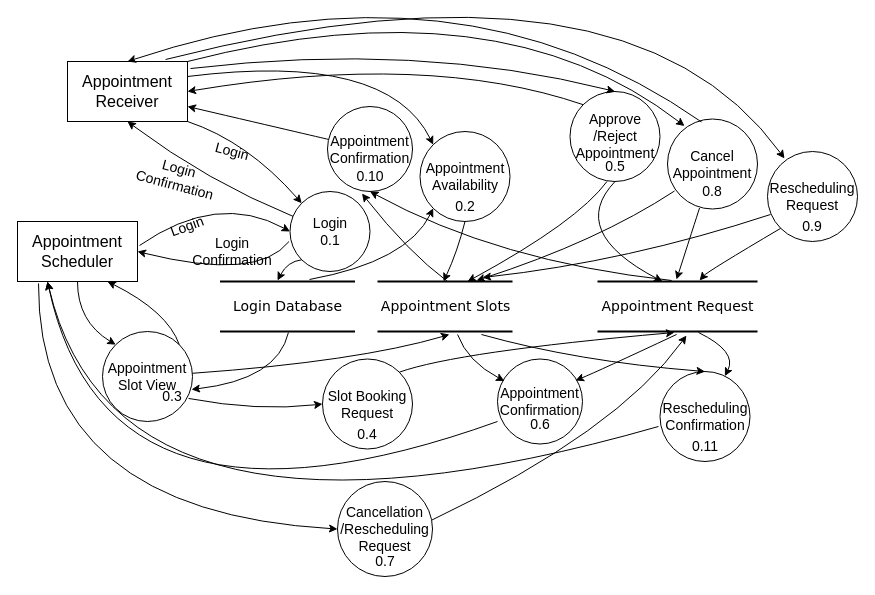
The draw.io diagram DataFlow Diagram (Level-1).drawio in Yash7200/CP-1, before the edit. Source tidied: cells renumbered, new cells numbered last; positions are measured from the earlier drawing's top-left corner, leaving out a move shared by most shapes. Both pictures are drawn from the tidied source at 100%, with x=0, y=0 at pixel (17, -59).
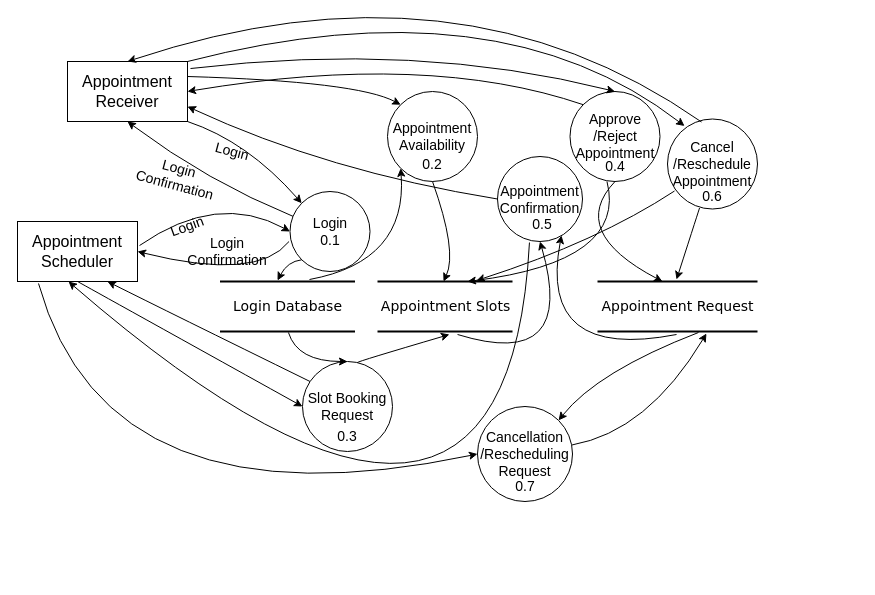
The same page after the edit.

Commit message:
Update DataFlow Diagram v1.8 (Level-1).drawio

The change refers to these unchanged cells:
```xml
<mxCell id="2" value="Appointment Scheduler" style="rounded=0;whiteSpace=wrap;html=1;fontSize=16;fillColor=none;" parent="1" vertex="1">
  <mxGeometry y="280" width="120" height="60" as="geometry" />
</mxCell>
<mxCell id="6" value="Login Database" style="html=1;rounded=0;shadow=0;comic=0;labelBackgroundColor=none;strokeWidth=2;fontFamily=Verdana;fontSize=14;align=center;shape=mxgraph.ios7ui.horLines;fillColor=none;" parent="1" vertex="1">
  <mxGeometry x="202.5" y="340" width="135" height="50" as="geometry" />
</mxCell>
<mxCell id="11" value="Appointment Receiver" style="rounded=0;whiteSpace=wrap;html=1;fontSize=16;fillColor=none;" parent="1" vertex="1">
  <mxGeometry x="50" y="120" width="120" height="60" as="geometry" />
</mxCell>
<mxCell id="14" value="Appointment Slots" style="html=1;rounded=0;shadow=0;comic=0;labelBackgroundColor=none;strokeWidth=2;fontFamily=Verdana;fontSize=14;align=center;shape=mxgraph.ios7ui.horLines;fillColor=none;" parent="1" vertex="1">
  <mxGeometry x="360" y="340" width="135" height="50" as="geometry" />
</mxCell>
<mxCell id="26" value="Appointment Request" style="html=1;rounded=0;shadow=0;comic=0;labelBackgroundColor=none;strokeWidth=2;fontFamily=Verdana;fontSize=14;align=center;shape=mxgraph.ios7ui.horLines;fillColor=none;" parent="1" vertex="1">
  <mxGeometry x="580" y="340" width="160" height="50" as="geometry" />
</mxCell>
<mxCell id="29" value="&lt;div&gt;Approve&lt;/div&gt;&lt;div&gt;/Reject&lt;br&gt;&lt;/div&gt;&lt;div&gt;Appointment&lt;/div&gt;" style="ellipse;whiteSpace=wrap;html=1;fillColor=none;fontSize=14;" parent="1" vertex="1">
  <mxGeometry x="552.5" y="150" width="90" height="90" as="geometry" />
</mxCell>
```

Diff of the diagram source:
```diff
@@
     <mxCell id="8" style="curved=1;endArrow=classic;html=1;rounded=0;fontSize=14;exitX=1;exitY=0.25;exitDx=0;exitDy=0;entryX=0;entryY=0;entryDx=0;entryDy=0;" parent="1" edge="1" source="11" target="15">
       <mxGeometry relative="1" as="geometry">
         <Array as="points">
-          <mxPoint x="370" y="110" />
+          <mxPoint x="340" y="140" />
         </Array>
       </mxGeometry>
     </mxCell>
@@
     <mxCell id="10" value="Login Confirmation" style="text;html=1;strokeColor=none;fillColor=none;align=center;verticalAlign=middle;whiteSpace=wrap;rounded=0;fontSize=14;rotation=0;" parent="1" vertex="1">
-      <mxGeometry x="175" y="295" width="80" height="30" as="geometry" />
+      <mxGeometry x="170" y="295" width="80" height="30" as="geometry" />
     </mxCell>
@@
     <mxCell id="15" value="&lt;div&gt;Appointment&lt;/div&gt;&lt;div&gt;Availability&lt;br&gt;&lt;/div&gt;" style="ellipse;whiteSpace=wrap;html=1;fillColor=none;fontSize=14;" parent="1" vertex="1">
-      <mxGeometry x="402.5" y="190" width="90" height="90" as="geometry" />
+      <mxGeometry x="370" y="150" width="90" height="90" as="geometry" />
     </mxCell>
@@
     <mxCell id="18" value="0.2" style="text;html=1;strokeColor=none;fillColor=none;align=center;verticalAlign=middle;whiteSpace=wrap;rounded=0;fontSize=14;" parent="1" vertex="1">
-      <mxGeometry x="417.5" y="250" width="60" height="30" as="geometry" />
+      <mxGeometry x="385" y="207.5" width="60" height="30" as="geometry" />
     </mxCell>
@@
-    <mxCell id="20" value="&lt;div&gt;Appointment&lt;/div&gt;&lt;div&gt;Slot View&lt;br&gt;&lt;/div&gt;" style="ellipse;whiteSpace=wrap;html=1;fillColor=none;fontSize=14;" parent="1" vertex="1">
-      <mxGeometry x="85" y="390" width="90" height="90" as="geometry" />
+    <mxCell id="20" value="&lt;div&gt;Slot Booking Request&lt;br&gt;&lt;/div&gt;" style="ellipse;whiteSpace=wrap;html=1;fillColor=none;fontSize=14;" parent="1" vertex="1">
+      <mxGeometry x="285" y="420" width="90" height="90" as="geometry" />
     </mxCell>
     <mxCell id="21" value="0.3" style="text;html=1;strokeColor=none;fillColor=none;align=center;verticalAlign=middle;whiteSpace=wrap;rounded=0;fontSize=14;" parent="1" vertex="1">
-      <mxGeometry x="125" y="440" width="60" height="30" as="geometry" />
+      <mxGeometry x="300" y="480" width="60" height="30" as="geometry" />
     </mxCell>
-    <mxCell id="22" style="curved=1;endArrow=classic;html=1;rounded=0;fontSize=14;exitX=0.5;exitY=1;exitDx=0;exitDy=0;entryX=0;entryY=0;entryDx=0;entryDy=0;" parent="1" edge="1" source="2" target="20">
-      <mxGeometry relative="1" as="geometry">
-        <Array as="points">
-          <mxPoint x="60" y="380" />
-        </Array>
-      </mxGeometry>
+    <mxCell id="22" style="curved=1;endArrow=classic;html=1;rounded=0;fontSize=14;exitX=0.5;exitY=1;exitDx=0;exitDy=0;entryX=0;entryY=0.5;entryDx=0;entryDy=0;" parent="1" edge="1" source="2" target="20">
+      <mxGeometry relative="1" as="geometry" />
     </mxCell>
@@
-    <mxCell id="24" value="&lt;div&gt;Slot Booking Request&lt;br&gt;&lt;/div&gt;" style="ellipse;whiteSpace=wrap;html=1;fillColor=none;fontSize=14;" parent="1" vertex="1">
-      <mxGeometry x="305" y="417.5" width="90" height="90" as="geometry" />
-    </mxCell>
-    <mxCell id="25" style="curved=1;endArrow=classic;html=1;rounded=0;fontSize=14;exitX=0.956;exitY=0.744;exitDx=0;exitDy=0;entryX=0;entryY=0.5;entryDx=0;entryDy=0;exitPerimeter=0;" parent="1" edge="1" source="20" target="24">
-      <mxGeometry relative="1" as="geometry">
-        <Array as="points">
-          <mxPoint x="240" y="470" />
-        </Array>
-      </mxGeometry>
-    </mxCell>
@@
-    <mxCell id="27" style="curved=1;endArrow=classic;html=1;rounded=0;fontSize=14;exitX=1;exitY=0;exitDx=0;exitDy=0;entryX=0.481;entryY=1.02;entryDx=0;entryDy=0;entryPerimeter=0;" parent="1" edge="1" source="24" target="26">
-      <mxGeometry relative="1" as="geometry">
-        <Array as="points">
-          <mxPoint x="440" y="410" />
-        </Array>
-      </mxGeometry>
-    </mxCell>
-    <mxCell id="28" value="0.4" style="text;html=1;strokeColor=none;fillColor=none;align=center;verticalAlign=middle;whiteSpace=wrap;rounded=0;fontSize=14;" parent="1" vertex="1">
-      <mxGeometry x="320" y="477.5" width="60" height="30" as="geometry" />
-    </mxCell>
@@
-    <mxCell id="31" value="0.5" style="text;html=1;strokeColor=none;fillColor=none;align=center;verticalAlign=middle;whiteSpace=wrap;rounded=0;fontSize=14;" parent="1" vertex="1">
+    <mxCell id="31" value="0.4" style="text;html=1;strokeColor=none;fillColor=none;align=center;verticalAlign=middle;whiteSpace=wrap;rounded=0;fontSize=14;" parent="1" vertex="1">
       <mxGeometry x="567.5" y="210" width="60" height="30" as="geometry" />
     </mxCell>
@@
     <mxCell id="33" style="curved=1;endArrow=classic;html=1;rounded=0;fontSize=14;entryX=0.667;entryY=0;entryDx=0;entryDy=0;entryPerimeter=0;exitX=0.411;exitY=1;exitDx=0;exitDy=0;exitPerimeter=0;" parent="1" edge="1" source="29" target="14">
       <mxGeometry relative="1" as="geometry">
         <Array as="points">
-          <mxPoint x="560" y="280" />
+          <mxPoint x="610" y="320" />
         </Array>
       </mxGeometry>
     </mxCell>
     <mxCell id="34" value="&lt;div&gt;Appointment&lt;/div&gt;&lt;div&gt;Confirmation&lt;br&gt;&lt;/div&gt;" style="ellipse;whiteSpace=wrap;html=1;fillColor=none;fontSize=14;" parent="1" vertex="1">
-      <mxGeometry x="480" y="417.5" width="85" height="85" as="geometry" />
+      <mxGeometry x="480" y="215" width="85" height="85" as="geometry" />
     </mxCell>
-    <mxCell id="35" style="curved=1;endArrow=classic;html=1;rounded=0;fontSize=14;entryX=0.918;entryY=0.253;entryDx=0;entryDy=0;exitX=0.494;exitY=1.06;exitDx=0;exitDy=0;exitPerimeter=0;entryPerimeter=0;" parent="1" edge="1" source="26" target="34">
+    <mxCell id="35" style="curved=1;endArrow=classic;html=1;rounded=0;fontSize=14;exitX=0.494;exitY=1.06;exitDx=0;exitDy=0;exitPerimeter=0;entryX=0.753;entryY=0.929;entryDx=0;entryDy=0;entryPerimeter=0;" parent="1" edge="1" source="26" target="34">
       <mxGeometry relative="1" as="geometry">
         <Array as="points">
-          <mxPoint x="580" y="430" />
+          <mxPoint x="520" y="420" />
         </Array>
       </mxGeometry>
     </mxCell>
-    <mxCell id="36" style="curved=1;endArrow=classic;html=1;rounded=0;fontSize=14;entryX=0.082;entryY=0.259;entryDx=0;entryDy=0;exitX=0.593;exitY=1.06;exitDx=0;exitDy=0;exitPerimeter=0;entryPerimeter=0;" parent="1" edge="1" source="14" target="34">
+    <mxCell id="36" style="curved=1;endArrow=classic;html=1;rounded=0;fontSize=14;entryX=0.5;entryY=1;entryDx=0;entryDy=0;exitX=0.593;exitY=1.06;exitDx=0;exitDy=0;exitPerimeter=0;" parent="1" edge="1" source="14" target="34">
       <mxGeometry relative="1" as="geometry">
         <Array as="points">
-          <mxPoint x="450" y="420" />
+          <mxPoint x="560" y="430" />
         </Array>
       </mxGeometry>
     </mxCell>
-    <mxCell id="37" value="0.6" style="text;html=1;strokeColor=none;fillColor=none;align=center;verticalAlign=middle;whiteSpace=wrap;rounded=0;fontSize=14;" parent="1" vertex="1">
-      <mxGeometry x="492.5" y="467.5" width="60" height="30" as="geometry" />
+    <mxCell id="37" value="0.5" style="text;html=1;strokeColor=none;fillColor=none;align=center;verticalAlign=middle;whiteSpace=wrap;rounded=0;fontSize=14;" parent="1" vertex="1">
+      <mxGeometry x="495" y="267.5" width="60" height="30" as="geometry" />
     </mxCell>
-    <mxCell id="38" value="&lt;div&gt;Cancel&lt;br&gt;&lt;/div&gt;&lt;div&gt;Appointment&lt;/div&gt;" style="ellipse;whiteSpace=wrap;html=1;fillColor=none;fontSize=14;" parent="1" vertex="1">
+    <mxCell id="38" value="&lt;div&gt;Cancel&lt;/div&gt;&lt;div&gt;/Reschedule&lt;br&gt;&lt;/div&gt;&lt;div&gt;Appointment&lt;/div&gt;" style="ellipse;whiteSpace=wrap;html=1;fillColor=none;fontSize=14;" parent="1" vertex="1">
       <mxGeometry x="650" y="177.5" width="90" height="90" as="geometry" />
     </mxCell>
     <mxCell id="39" value="0.7" style="text;html=1;strokeColor=none;fillColor=none;align=center;verticalAlign=middle;whiteSpace=wrap;rounded=0;fontSize=14;" parent="1" vertex="1">
-      <mxGeometry x="337.5" y="605" width="60" height="30" as="geometry" />
+      <mxGeometry x="477.5" y="530" width="60" height="30" as="geometry" />
     </mxCell>
@@
-    <mxCell id="42" value="&lt;div&gt;Rescheduling&lt;br&gt;&lt;/div&gt;&lt;div&gt;Request&lt;br&gt;&lt;/div&gt;" style="ellipse;whiteSpace=wrap;html=1;fillColor=none;fontSize=14;" parent="1" vertex="1">
-      <mxGeometry x="750" y="210" width="90" height="90" as="geometry" />
-    </mxCell>
     <mxCell id="43" value="&lt;div&gt;Cancellation&lt;/div&gt;&lt;div&gt;/Rescheduling Request&lt;/div&gt;" style="ellipse;whiteSpace=wrap;html=1;fillColor=none;fontSize=14;" parent="1" vertex="1">
-      <mxGeometry x="320" y="540" width="95" height="95" as="geometry" />
+      <mxGeometry x="460" y="465" width="95" height="95" as="geometry" />
     </mxCell>
     <mxCell id="44" style="curved=1;endArrow=classic;html=1;rounded=0;fontSize=14;exitX=0.175;exitY=1.033;exitDx=0;exitDy=0;entryX=0;entryY=0.5;entryDx=0;entryDy=0;exitPerimeter=0;" parent="1" edge="1" source="2" target="43">
       <mxGeometry relative="1" as="geometry">
         <Array as="points">
-          <mxPoint x="20" y="570" />
+          <mxPoint x="90" y="590" />
         </Array>
       </mxGeometry>
     </mxCell>
-    <mxCell id="45" style="curved=1;endArrow=classic;html=1;rounded=0;fontSize=14;exitX=0.995;exitY=0.405;exitDx=0;exitDy=0;entryX=0.556;entryY=1.08;entryDx=0;entryDy=0;exitPerimeter=0;entryPerimeter=0;" parent="1" edge="1" source="43" target="26">
+    <mxCell id="45" style="curved=1;endArrow=classic;html=1;rounded=0;fontSize=14;exitX=0.995;exitY=0.405;exitDx=0;exitDy=0;entryX=0.681;entryY=1.04;entryDx=0;entryDy=0;exitPerimeter=0;entryPerimeter=0;" parent="1" edge="1" source="43" target="26">
       <mxGeometry relative="1" as="geometry">
         <Array as="points">
-          <mxPoint x="600" y="490" />
+          <mxPoint x="630" y="490" />
         </Array>
       </mxGeometry>
     </mxCell>
-    <mxCell id="46" value="0.8" style="text;html=1;strokeColor=none;fillColor=none;align=center;verticalAlign=middle;whiteSpace=wrap;rounded=0;fontSize=14;" parent="1" vertex="1">
-      <mxGeometry x="665" y="235" width="60" height="30" as="geometry" />
+    <mxCell id="46" value="0.6" style="text;html=1;strokeColor=none;fillColor=none;align=center;verticalAlign=middle;whiteSpace=wrap;rounded=0;fontSize=14;" parent="1" vertex="1">
+      <mxGeometry x="665" y="240" width="60" height="30" as="geometry" />
     </mxCell>
-    <mxCell id="47" style="curved=1;endArrow=classic;html=1;rounded=0;fontSize=14;entryX=0.638;entryY=-0.02;entryDx=0;entryDy=0;entryPerimeter=0;exitX=0;exitY=1;exitDx=0;exitDy=0;" parent="1" edge="1" source="42" target="26">
-      <mxGeometry relative="1" as="geometry">
-        <Array as="points">
-          <mxPoint x="690" y="330" />
-        </Array>
-      </mxGeometry>
-    </mxCell>
-    <mxCell id="48" style="curved=1;endArrow=classic;html=1;rounded=0;fontSize=14;entryX=0.778;entryY=-0.08;entryDx=0;entryDy=0;entryPerimeter=0;exitX=0.033;exitY=0.7;exitDx=0;exitDy=0;exitPerimeter=0;" parent="1" edge="1" source="42" target="14">
-      <mxGeometry relative="1" as="geometry">
-        <Array as="points">
-          <mxPoint x="610" y="320" />
-        </Array>
-      </mxGeometry>
-    </mxCell>
@@
-    <mxCell id="50" style="curved=1;endArrow=classic;html=1;rounded=0;fontSize=14;exitX=0.817;exitY=-0.033;exitDx=0;exitDy=0;exitPerimeter=0;entryX=0.189;entryY=0.078;entryDx=0;entryDy=0;entryPerimeter=0;" parent="1" edge="1" source="11" target="42">
-      <mxGeometry relative="1" as="geometry">
-        <Array as="points">
-          <mxPoint x="610" />
-        </Array>
-      </mxGeometry>
-    </mxCell>
-    <mxCell id="51" value="0.9" style="text;html=1;strokeColor=none;fillColor=none;align=center;verticalAlign=middle;whiteSpace=wrap;rounded=0;fontSize=14;" parent="1" vertex="1">
-      <mxGeometry x="765" y="270" width="60" height="30" as="geometry" />
-    </mxCell>
-    <mxCell id="52" style="curved=1;endArrow=classic;html=1;rounded=0;fontSize=14;entryX=0.25;entryY=1;entryDx=0;entryDy=0;" parent="1" edge="1" target="2">
-      <mxGeometry relative="1" as="geometry">
-        <mxPoint x="480" y="480" as="sourcePoint" />
-        <Array as="points">
-          <mxPoint x="90" y="620" />
-        </Array>
-      </mxGeometry>
-    </mxCell>
@@
-    <mxCell id="54" style="curved=1;endArrow=classic;html=1;rounded=0;fontSize=14;entryX=0.989;entryY=0.644;entryDx=0;entryDy=0;exitX=0.507;exitY=1.02;exitDx=0;exitDy=0;exitPerimeter=0;entryPerimeter=0;" parent="1" edge="1" source="6" target="20">
+    <mxCell id="54" style="curved=1;endArrow=classic;html=1;rounded=0;fontSize=14;exitX=0.507;exitY=1.02;exitDx=0;exitDy=0;exitPerimeter=0;entryX=0.5;entryY=0;entryDx=0;entryDy=0;" parent="1" edge="1" source="6" target="20">
       <mxGeometry relative="1" as="geometry">
         <Array as="points">
-          <mxPoint x="260" y="438" />
+          <mxPoint x="280" y="420" />
         </Array>
       </mxGeometry>
     </mxCell>
-    <mxCell id="55" style="curved=1;endArrow=classic;html=1;rounded=0;fontSize=14;entryX=0.75;entryY=1;entryDx=0;entryDy=0;exitX=1;exitY=0;exitDx=0;exitDy=0;" parent="1" edge="1" source="20" target="2">
+    <mxCell id="55" style="curved=1;endArrow=classic;html=1;rounded=0;fontSize=14;entryX=0.75;entryY=1;entryDx=0;entryDy=0;exitX=0.083;exitY=0.222;exitDx=0;exitDy=0;exitPerimeter=0;" parent="1" edge="1" source="20" target="2">
       <mxGeometry relative="1" as="geometry">
         <Array as="points">
           <mxPoint x="150" y="370" />
         </Array>
       </mxGeometry>
     </mxCell>
@@
-    <mxCell id="57" value="&lt;div&gt;Appointment&lt;/div&gt;&lt;div&gt;Confirmation&lt;br&gt;&lt;/div&gt;" style="ellipse;whiteSpace=wrap;html=1;fillColor=none;fontSize=14;" parent="1" vertex="1">
-      <mxGeometry x="310" y="165" width="85" height="85" as="geometry" />
-    </mxCell>
-    <mxCell id="58" style="curved=1;endArrow=classic;html=1;rounded=0;fontSize=14;entryX=0.406;entryY=1.024;entryDx=0;entryDy=0;entryPerimeter=0;" parent="1" edge="1" target="57">
-      <mxGeometry relative="1" as="geometry">
-        <mxPoint x="430" y="340" as="sourcePoint" />
-        <Array as="points">
-          <mxPoint x="390" y="310" />
-        </Array>
-      </mxGeometry>
-    </mxCell>
-    <mxCell id="59" style="curved=1;endArrow=classic;html=1;rounded=0;fontSize=14;entryX=0.5;entryY=1;entryDx=0;entryDy=0;exitX=0.463;exitY=-0.02;exitDx=0;exitDy=0;exitPerimeter=0;" parent="1" edge="1" source="26" target="57">
-      <mxGeometry relative="1" as="geometry">
-        <Array as="points">
-          <mxPoint x="480" y="320" />
-        </Array>
-      </mxGeometry>
-    </mxCell>
-    <mxCell id="60" value="0.10" style="text;html=1;strokeColor=none;fillColor=none;align=center;verticalAlign=middle;whiteSpace=wrap;rounded=0;fontSize=14;" parent="1" vertex="1">
-      <mxGeometry x="322.5" y="220" width="60" height="30" as="geometry" />
-    </mxCell>
-    <mxCell id="61" style="curved=1;endArrow=classic;html=1;rounded=0;fontSize=14;entryX=1;entryY=0.75;entryDx=0;entryDy=0;" parent="1" edge="1" source="57" target="11">
-      <mxGeometry relative="1" as="geometry" />
+    <mxCell id="61" style="curved=1;endArrow=classic;html=1;rounded=0;fontSize=14;entryX=1;entryY=0.75;entryDx=0;entryDy=0;exitX=0;exitY=0.5;exitDx=0;exitDy=0;" parent="1" edge="1" source="34" target="11">
+      <mxGeometry relative="1" as="geometry">
+        <Array as="points">
+          <mxPoint x="310" y="230" />
+        </Array>
+      </mxGeometry>
     </mxCell>
@@
-    <mxCell id="63" value="&lt;div&gt;Rescheduling&lt;br&gt;&lt;/div&gt;&lt;div&gt;Confirmation&lt;br&gt;&lt;/div&gt;" style="ellipse;whiteSpace=wrap;html=1;fillColor=none;fontSize=14;" parent="1" vertex="1">
-      <mxGeometry x="642.5" y="430" width="90" height="90" as="geometry" />
-    </mxCell>
-    <mxCell id="64" value="0.11" style="text;html=1;strokeColor=none;fillColor=none;align=center;verticalAlign=middle;whiteSpace=wrap;rounded=0;fontSize=14;" parent="1" vertex="1">
-      <mxGeometry x="657.5" y="490" width="60" height="30" as="geometry" />
-    </mxCell>
-    <mxCell id="65" style="curved=1;endArrow=classic;html=1;rounded=0;fontSize=14;entryX=0.25;entryY=1;entryDx=0;entryDy=0;exitX=-0.017;exitY=0.611;exitDx=0;exitDy=0;exitPerimeter=0;" parent="1" edge="1" source="63" target="2">
+    <mxCell id="65" style="curved=1;endArrow=classic;html=1;rounded=0;fontSize=14;entryX=0.425;entryY=1;entryDx=0;entryDy=0;entryPerimeter=0;exitX=0.376;exitY=1.012;exitDx=0;exitDy=0;exitPerimeter=0;" parent="1" edge="1" source="34" target="2">
       <mxGeometry relative="1" as="geometry">
         <Array as="points">
-          <mxPoint x="100" y="640" />
+          <mxPoint x="490" y="720" />
         </Array>
       </mxGeometry>
     </mxCell>
-    <mxCell id="66" style="curved=1;endArrow=classic;html=1;rounded=0;fontSize=14;entryX=0.5;entryY=0;entryDx=0;entryDy=0;exitX=0.77;exitY=1.06;exitDx=0;exitDy=0;exitPerimeter=0;" parent="1" edge="1" source="14" target="63">
-      <mxGeometry relative="1" as="geometry">
-        <Array as="points">
-          <mxPoint x="560" y="420" />
-        </Array>
-      </mxGeometry>
-    </mxCell>
-    <mxCell id="67" style="curved=1;endArrow=classic;html=1;rounded=0;fontSize=14;exitX=0.631;exitY=1.02;exitDx=0;exitDy=0;exitPerimeter=0;" parent="1" edge="1" source="26" target="63">
+    <mxCell id="67" style="curved=1;endArrow=classic;html=1;rounded=0;fontSize=14;exitX=0.631;exitY=1.02;exitDx=0;exitDy=0;exitPerimeter=0;entryX=1;entryY=0;entryDx=0;entryDy=0;" parent="1" edge="1" source="26" target="43">
       <mxGeometry relative="1" as="geometry">
         <Array as="points">
-          <mxPoint x="720" y="410" />
+          <mxPoint x="580" y="430" />
         </Array>
       </mxGeometry>
     </mxCell>
```
